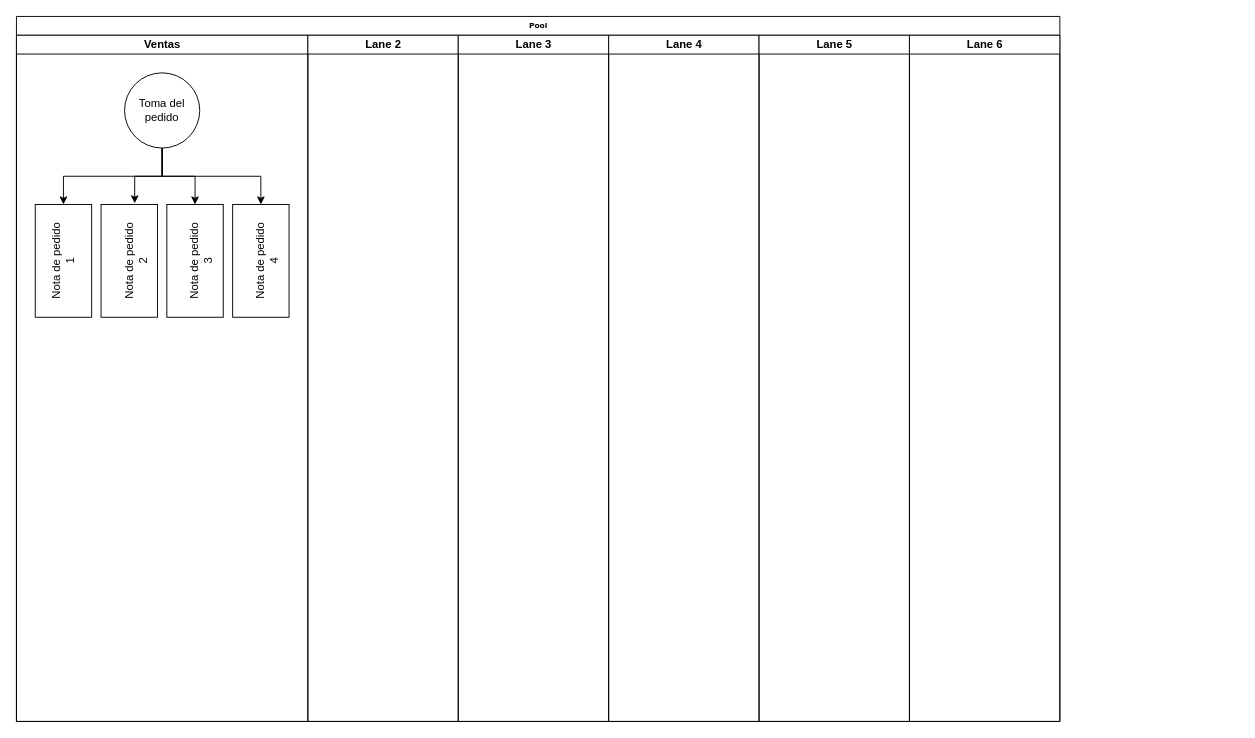
Earlier version of the draw.io diagram Untitled Diagram.drawio (mving/Sistemas-de-informacion). Source tidied: cells renumbered, new cells numbered last; positions are measured from the earlier drawing's top-left corner, leaving out a move shared by most shapes. Both pictures are drawn from the tidied source at 94%, with x=0, y=0 at pixel (7, 16).
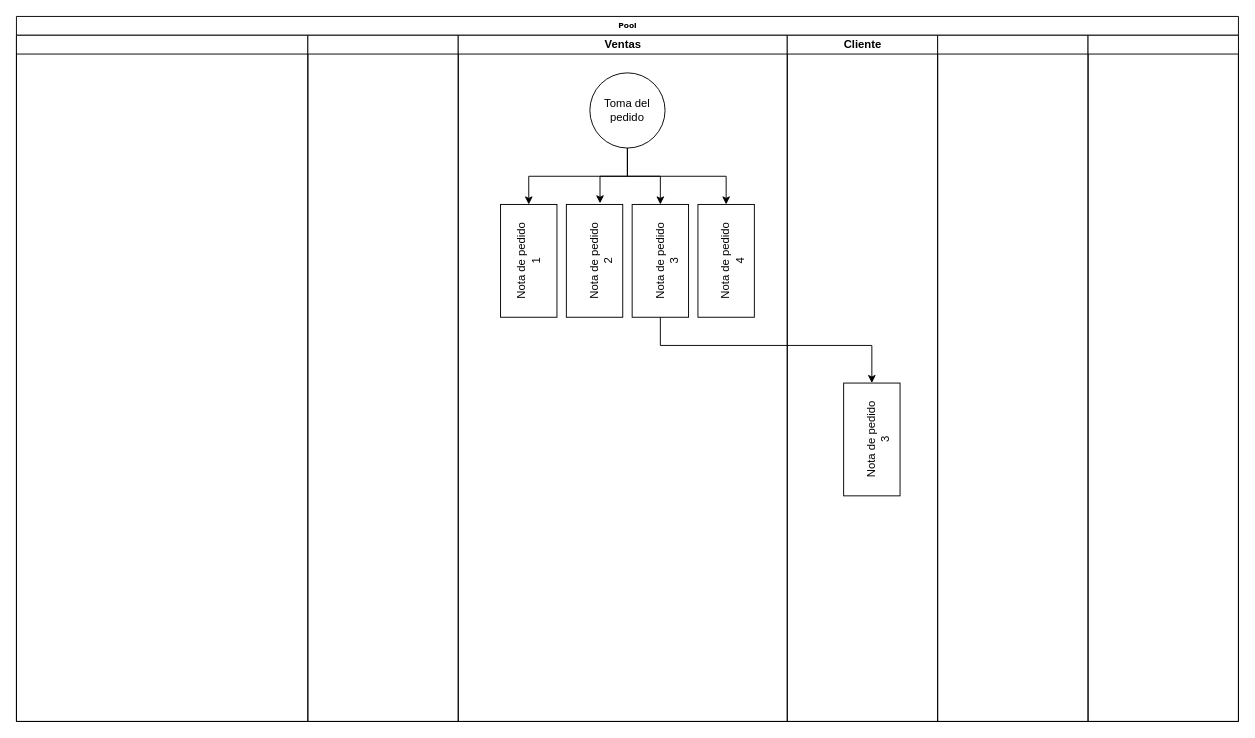
Above is the later version.

Change to the diagram source:
```diff
@@
     <mxCell id="2" value="Pool" style="swimlane;html=1;startSize=20;rounded=0;shadow=0;labelBackgroundColor=none;strokeWidth=1;fontFamily=Verdana;fontSize=8;align=center;" parent="1" vertex="1">
-      <mxGeometry x="10" width="1110" height="750" as="geometry" />
+      <mxGeometry x="10" width="1300" height="750" as="geometry" />
     </mxCell>
-    <mxCell id="3" value="Ventas" style="swimlane;html=1;startSize=20;" parent="2" vertex="1">
+    <mxCell id="3" style="swimlane;html=1;startSize=20;" parent="2" vertex="1">
       <mxGeometry y="20" width="310" height="730" as="geometry" />
     </mxCell>
-    <mxCell id="4" style="edgeStyle=orthogonalEdgeStyle;rounded=0;jettySize=auto;html=1;exitX=0.5;exitY=1;exitDx=0;exitDy=0;entryX=1;entryY=0.5;entryDx=0;entryDy=0;" parent="3" edge="1" source="8" target="11">
-      <mxGeometry relative="1" as="geometry" />
-    </mxCell>
-    <mxCell id="5" style="edgeStyle=orthogonalEdgeStyle;rounded=0;jettySize=auto;html=1;entryX=1.01;entryY=0.597;entryDx=0;entryDy=0;entryPerimeter=0;" parent="3" edge="1" source="8" target="10">
-      <mxGeometry relative="1" as="geometry" />
-    </mxCell>
-    <mxCell id="6" style="edgeStyle=orthogonalEdgeStyle;rounded=0;jettySize=auto;html=1;exitX=0.5;exitY=1;exitDx=0;exitDy=0;entryX=1;entryY=0.5;entryDx=0;entryDy=0;" parent="3" edge="1" source="8" target="12">
-      <mxGeometry relative="1" as="geometry" />
-    </mxCell>
-    <mxCell id="7" style="edgeStyle=orthogonalEdgeStyle;rounded=0;jettySize=auto;html=1;" parent="3" edge="1" source="8" target="9">
-      <mxGeometry relative="1" as="geometry">
-        <Array as="points">
-          <mxPoint x="155" y="150" />
-          <mxPoint x="50" y="150" />
-        </Array>
-      </mxGeometry>
-    </mxCell>
+    <mxCell id="13" style="swimlane;html=1;startSize=20;" parent="2" vertex="1">
+      <mxGeometry x="310" y="20" width="160" height="730" as="geometry" />
+    </mxCell>
+    <mxCell id="14" value="Ventas" style="swimlane;html=1;startSize=20;" parent="2" vertex="1">
+      <mxGeometry x="470" y="20" width="350" height="730" as="geometry" />
+    </mxCell>
-    <mxCell id="8" value="Toma del pedido" style="ellipse;whiteSpace=wrap;html=1;" parent="3" vertex="1">
-      <mxGeometry x="115" y="40" width="80" height="80" as="geometry" />
+    <mxCell id="8" value="Toma del pedido" style="ellipse;whiteSpace=wrap;html=1;" parent="14" vertex="1">
+      <mxGeometry x="140" y="40" width="80" height="80" as="geometry" />
     </mxCell>
-    <mxCell id="9" value="Nota de pedido&lt;br&gt;1" style="rounded=0;whiteSpace=wrap;html=1;rotation=-90;" parent="3" vertex="1">
-      <mxGeometry x="-10" y="210" width="120" height="60" as="geometry" />
+    <mxCell id="9" value="Nota de pedido&lt;br&gt;1" style="rounded=0;whiteSpace=wrap;html=1;rotation=-90;" parent="14" vertex="1">
+      <mxGeometry x="15" y="210" width="120" height="60" as="geometry" />
     </mxCell>
+    <mxCell id="7" style="edgeStyle=orthogonalEdgeStyle;rounded=0;jettySize=auto;html=1;" parent="14" edge="1" source="8" target="9">
+      <mxGeometry relative="1" as="geometry">
+        <Array as="points">
+          <mxPoint x="180" y="150" />
+          <mxPoint x="75" y="150" />
+        </Array>
+      </mxGeometry>
+    </mxCell>
-    <mxCell id="10" value="&lt;br&gt;&lt;span style=&quot;color: rgb(0 , 0 , 0) ; font-family: &amp;#34;helvetica&amp;#34; ; font-size: 12px ; font-style: normal ; font-weight: 400 ; letter-spacing: normal ; text-align: center ; text-indent: 0px ; text-transform: none ; word-spacing: 0px ; background-color: rgb(255 , 255 , 255) ; display: inline ; float: none&quot;&gt;Nota de pedido&lt;/span&gt;&lt;br&gt;2" style="rounded=0;whiteSpace=wrap;html=1;rotation=-90;" parent="3" vertex="1">
-      <mxGeometry x="60" y="210" width="120" height="60" as="geometry" />
+    <mxCell id="10" value="&lt;br&gt;&lt;span style=&quot;color: rgb(0 , 0 , 0) ; font-family: &amp;#34;helvetica&amp;#34; ; font-size: 12px ; font-style: normal ; font-weight: 400 ; letter-spacing: normal ; text-align: center ; text-indent: 0px ; text-transform: none ; word-spacing: 0px ; background-color: rgb(255 , 255 , 255) ; display: inline ; float: none&quot;&gt;Nota de pedido&lt;/span&gt;&lt;br&gt;2" style="rounded=0;whiteSpace=wrap;html=1;rotation=-90;" parent="14" vertex="1">
+      <mxGeometry x="85" y="210" width="120" height="60" as="geometry" />
     </mxCell>
+    <mxCell id="5" style="edgeStyle=orthogonalEdgeStyle;rounded=0;jettySize=auto;html=1;entryX=1.01;entryY=0.597;entryDx=0;entryDy=0;entryPerimeter=0;" parent="14" edge="1" source="8" target="10">
+      <mxGeometry relative="1" as="geometry" />
+    </mxCell>
-    <mxCell id="11" value="&lt;br&gt;&lt;span style=&quot;color: rgb(0 , 0 , 0) ; font-family: &amp;#34;helvetica&amp;#34; ; font-size: 12px ; font-style: normal ; font-weight: 400 ; letter-spacing: normal ; text-align: center ; text-indent: 0px ; text-transform: none ; word-spacing: 0px ; background-color: rgb(255 , 255 , 255) ; display: inline ; float: none&quot;&gt;Nota de pedido&lt;/span&gt;&lt;br&gt;4" style="rounded=0;whiteSpace=wrap;html=1;rotation=-90;" parent="3" vertex="1">
-      <mxGeometry x="200" y="210" width="120" height="60" as="geometry" />
+    <mxCell id="11" value="&lt;br&gt;&lt;span style=&quot;color: rgb(0 , 0 , 0) ; font-family: &amp;#34;helvetica&amp;#34; ; font-size: 12px ; font-style: normal ; font-weight: 400 ; letter-spacing: normal ; text-align: center ; text-indent: 0px ; text-transform: none ; word-spacing: 0px ; background-color: rgb(255 , 255 , 255) ; display: inline ; float: none&quot;&gt;Nota de pedido&lt;/span&gt;&lt;br&gt;4" style="rounded=0;whiteSpace=wrap;html=1;rotation=-90;" parent="14" vertex="1">
+      <mxGeometry x="225" y="210" width="120" height="60" as="geometry" />
     </mxCell>
+    <mxCell id="4" style="edgeStyle=orthogonalEdgeStyle;rounded=0;jettySize=auto;html=1;exitX=0.5;exitY=1;exitDx=0;exitDy=0;entryX=1;entryY=0.5;entryDx=0;entryDy=0;" parent="14" edge="1" source="8" target="11">
+      <mxGeometry relative="1" as="geometry" />
+    </mxCell>
-    <mxCell id="12" value="&lt;br&gt;&lt;span style=&quot;color: rgb(0 , 0 , 0) ; font-family: &amp;#34;helvetica&amp;#34; ; font-size: 12px ; font-style: normal ; font-weight: 400 ; letter-spacing: normal ; text-align: center ; text-indent: 0px ; text-transform: none ; word-spacing: 0px ; background-color: rgb(255 , 255 , 255) ; display: inline ; float: none&quot;&gt;Nota de pedido&lt;/span&gt;&lt;br&gt;3" style="rounded=0;whiteSpace=wrap;html=1;rotation=-90;" parent="3" vertex="1">
-      <mxGeometry x="130" y="210" width="120" height="60" as="geometry" />
+    <mxCell id="12" value="&lt;br&gt;&lt;span style=&quot;color: rgb(0 , 0 , 0) ; font-family: &amp;#34;helvetica&amp;#34; ; font-size: 12px ; font-style: normal ; font-weight: 400 ; letter-spacing: normal ; text-align: center ; text-indent: 0px ; text-transform: none ; word-spacing: 0px ; background-color: rgb(255 , 255 , 255) ; display: inline ; float: none&quot;&gt;Nota de pedido&lt;/span&gt;&lt;br&gt;3" style="rounded=0;whiteSpace=wrap;html=1;rotation=-90;" parent="14" vertex="1">
+      <mxGeometry x="155" y="210" width="120" height="60" as="geometry" />
     </mxCell>
-    <mxCell id="13" value="Lane 2" style="swimlane;html=1;startSize=20;" parent="2" vertex="1">
-      <mxGeometry x="310" y="20" width="160" height="730" as="geometry" />
-    </mxCell>
-    <mxCell id="14" value="Lane 3" style="swimlane;html=1;startSize=20;" parent="2" vertex="1">
-      <mxGeometry x="470" y="20" width="160" height="730" as="geometry" />
-    </mxCell>
+    <mxCell id="6" style="edgeStyle=orthogonalEdgeStyle;rounded=0;jettySize=auto;html=1;exitX=0.5;exitY=1;exitDx=0;exitDy=0;entryX=1;entryY=0.5;entryDx=0;entryDy=0;" parent="14" edge="1" source="8" target="12">
+      <mxGeometry relative="1" as="geometry" />
+    </mxCell>
-    <mxCell id="15" value="Lane 4" style="swimlane;html=1;startSize=20;" parent="2" vertex="1">
-      <mxGeometry x="630" y="20" width="160" height="730" as="geometry" />
+    <mxCell id="15" value="Cliente" style="swimlane;html=1;startSize=20;" parent="2" vertex="1">
+      <mxGeometry x="820" y="20" width="160" height="730" as="geometry" />
     </mxCell>
+    <mxCell id="18" value="&lt;br&gt;&lt;span style=&quot;color: rgb(0 , 0 , 0) ; font-family: &amp;#34;helvetica&amp;#34; ; font-size: 12px ; font-style: normal ; font-weight: 400 ; letter-spacing: normal ; text-align: center ; text-indent: 0px ; text-transform: none ; word-spacing: 0px ; background-color: rgb(255 , 255 , 255) ; display: inline ; float: none&quot;&gt;Nota de pedido&lt;/span&gt;&lt;br&gt;3" style="rounded=0;whiteSpace=wrap;html=1;rotation=-90;" parent="15" vertex="1">
+      <mxGeometry x="30" y="400" width="120" height="60" as="geometry" />
+    </mxCell>
-    <mxCell id="16" value="Lane 5" style="swimlane;html=1;startSize=20;" parent="2" vertex="1">
-      <mxGeometry x="790" y="20" width="160" height="730" as="geometry" />
+    <mxCell id="16" style="swimlane;html=1;startSize=20;" parent="2" vertex="1">
+      <mxGeometry x="980" y="20" width="160" height="730" as="geometry" />
     </mxCell>
-    <mxCell id="17" value="Lane 6" style="swimlane;html=1;startSize=20;" parent="2" vertex="1">
-      <mxGeometry x="950" y="20" width="160" height="730" as="geometry" />
+    <mxCell id="17" style="swimlane;html=1;startSize=20;" parent="2" vertex="1">
+      <mxGeometry x="1140" y="20" width="160" height="730" as="geometry" />
     </mxCell>
+    <mxCell id="19" style="edgeStyle=orthogonalEdgeStyle;rounded=0;jettySize=auto;html=1;" parent="2" edge="1" source="12" target="18">
+      <mxGeometry relative="1" as="geometry">
+        <Array as="points">
+          <mxPoint x="685" y="350" />
+          <mxPoint x="910" y="350" />
+        </Array>
+      </mxGeometry>
+    </mxCell>
```
